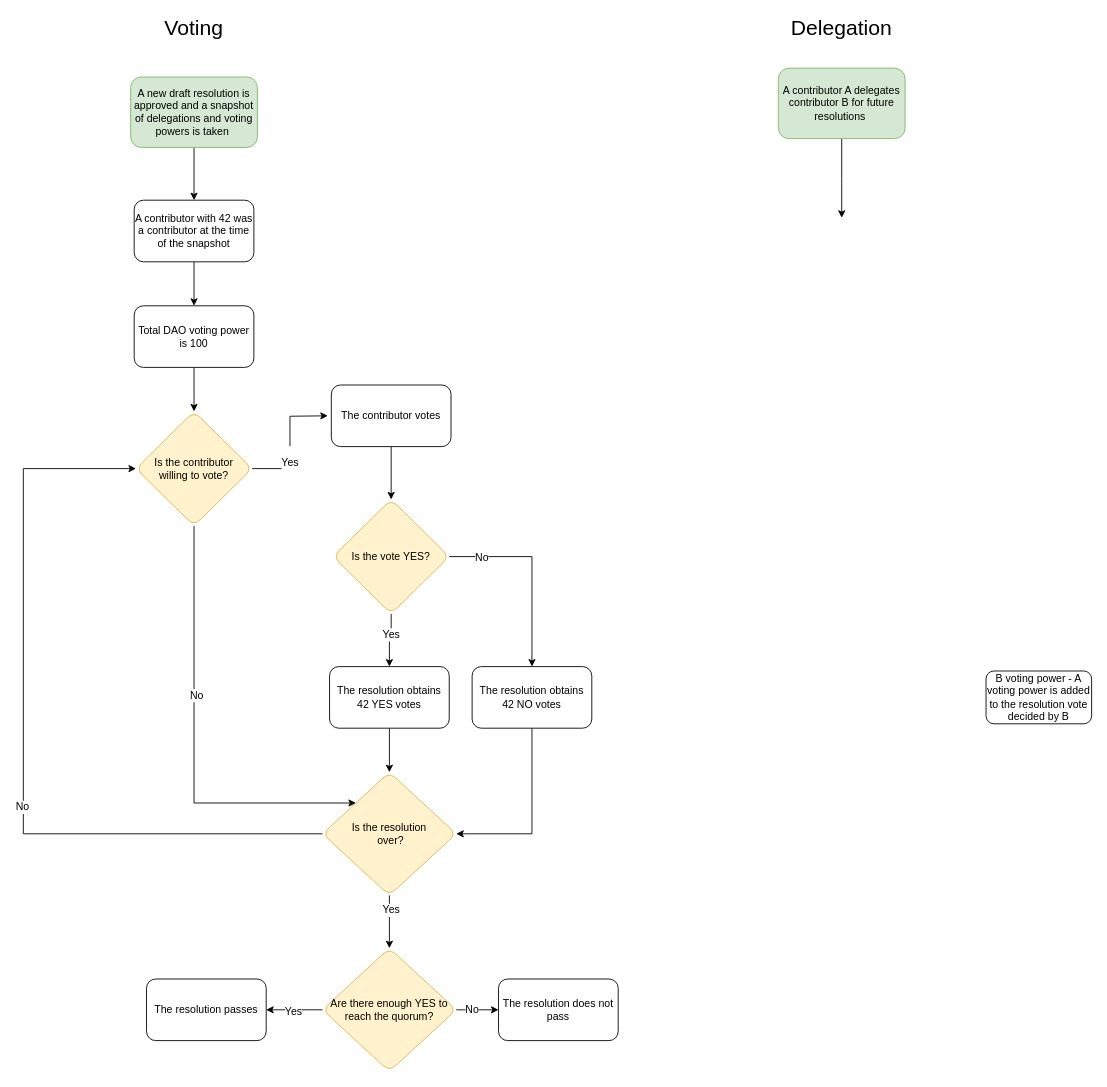
The draw.io diagram voting.drawio in TelediskoDAO/docs, before the edit. Source tidied: cells renumbered, new cells numbered last; positions are measured from the earlier drawing's top-left corner, leaving out a move shared by most shapes. Both pictures are drawn from the tidied source at 88%, with x=0, y=0 at pixel (23, 15).
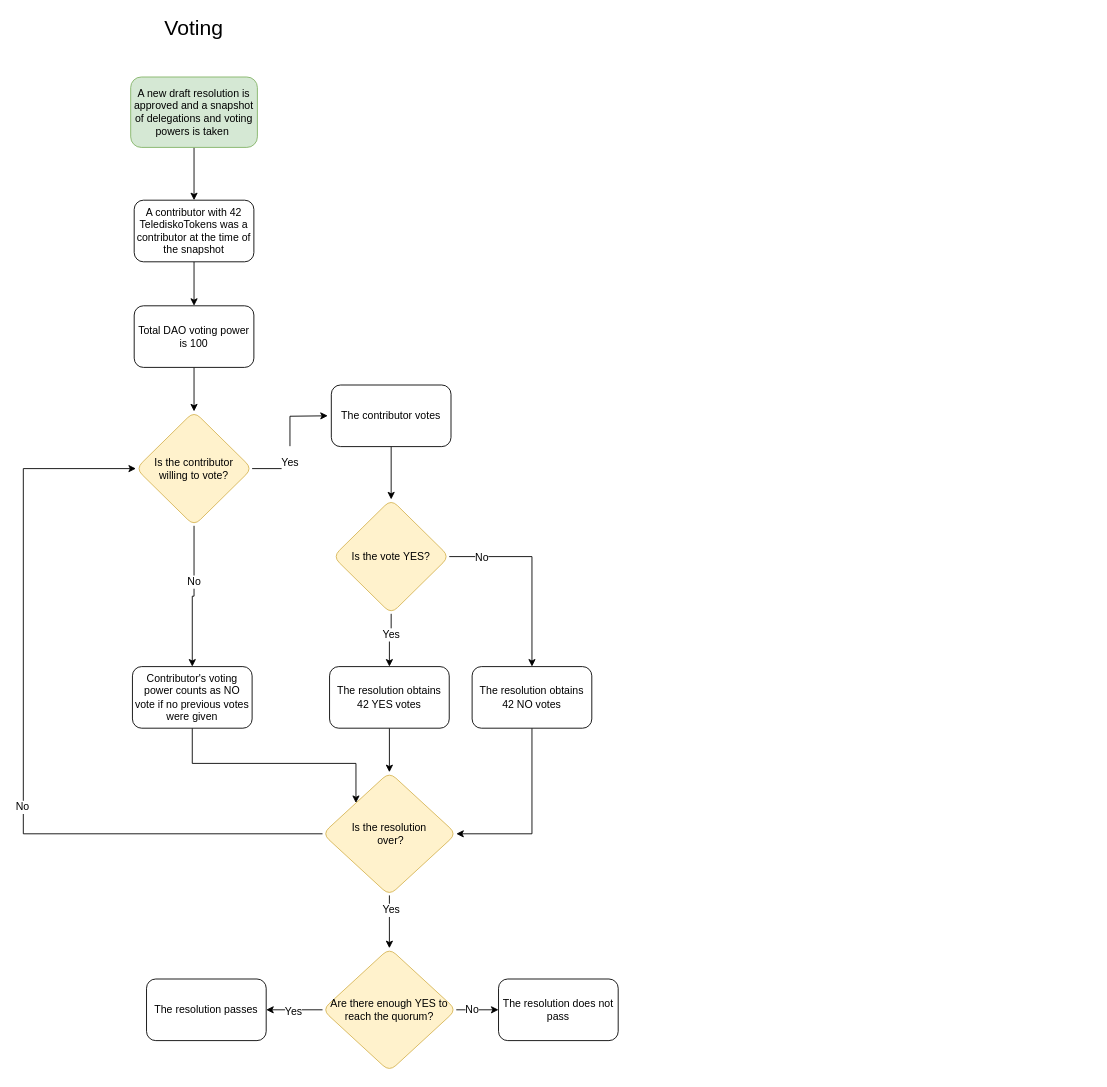
After the change.

The change refers to these unchanged cells:
```xml
<mxCell id="9" value="Is the contributor &lt;br&gt;willing to vote?" style="rhombus;whiteSpace=wrap;html=1;rounded=1;glass=0;strokeWidth=1;shadow=0;fillColor=#fff2cc;strokeColor=#d6b656;" parent="1" vertex="1">
  <mxGeometry x="128" y="450" width="132" height="130" as="geometry" />
</mxCell>
<mxCell id="25" value="Is the resolution&lt;br&gt;&amp;nbsp;over?" style="rhombus;whiteSpace=wrap;html=1;rounded=1;glass=0;strokeWidth=1;shadow=0;fillColor=#fff2cc;strokeColor=#d6b656;" parent="1" vertex="1">
  <mxGeometry x="340" y="860" width="152" height="140" as="geometry" />
</mxCell>
```

The edit, as a diff of the source:
```diff
@@
-    <mxCell id="3" value="A contributor with 42 was a contributor at the time of the snapshot" style="rounded=1;whiteSpace=wrap;html=1;fontSize=12;glass=0;strokeWidth=1;shadow=0;" parent="1" vertex="1">
+    <mxCell id="3" value="A contributor with 42 TelediskoTokens was a contributor at the time of the snapshot" style="rounded=1;whiteSpace=wrap;html=1;fontSize=12;glass=0;strokeWidth=1;shadow=0;" parent="1" vertex="1">
       <mxGeometry x="126" y="210" width="136" height="70" as="geometry" />
     </mxCell>
@@
-    <mxCell id="7" style="edgeStyle=orthogonalEdgeStyle;rounded=0;jettySize=auto;html=1;fontSize=24;entryX=0;entryY=0;entryDx=0;entryDy=0;exitX=0.5;exitY=1;exitDx=0;exitDy=0;" parent="1" edge="1" source="9" target="25">
-      <mxGeometry relative="1" as="geometry">
-        <Array as="points">
-          <mxPoint x="194" y="895" />
-        </Array>
-      </mxGeometry>
-    </mxCell>
+    <mxCell id="41" style="edgeStyle=orthogonalEdgeStyle;rounded=0;jettySize=auto;html=1;fontSize=12;" parent="1" edge="1" source="9" target="43">
+      <mxGeometry relative="1" as="geometry" />
+    </mxCell>
-    <mxCell id="8" value="No" style="edgeLabel;html=1;align=center;verticalAlign=middle;fontSize=12;" parent="7" vertex="1">
-      <mxGeometry x="-0.23" y="2" relative="1" as="geometry" />
+    <mxCell id="8" value="No" style="edgeLabel;html=1;align=center;verticalAlign=middle;fontSize=12;" parent="41" vertex="1">
+      <mxGeometry x="-0.22" y="-1" relative="1" as="geometry" />
     </mxCell>
@@
-    <mxCell id="37" value="&lt;font style=&quot;font-size: 24px;&quot;&gt;Delegation&lt;/font&gt;" style="text;html=1;strokeColor=none;fillColor=none;align=center;verticalAlign=middle;whiteSpace=wrap;rounded=0;" parent="1" vertex="1">
-      <mxGeometry x="900" width="60" height="30" as="geometry" />
-    </mxCell>
-    <mxCell id="38" style="edgeStyle=orthogonalEdgeStyle;rounded=0;jettySize=auto;html=1;fontSize=12;entryX=0.5;entryY=0;entryDx=0;entryDy=0;" parent="1" edge="1" source="39">
-      <mxGeometry relative="1" as="geometry">
-        <mxPoint x="930" y="230" as="targetPoint" />
-      </mxGeometry>
-    </mxCell>
-    <mxCell id="39" value="A contributor A delegates contributor B for future resolutions&amp;nbsp;" style="rounded=1;whiteSpace=wrap;html=1;fontSize=12;glass=0;strokeWidth=1;shadow=0;fillColor=#d5e8d4;strokeColor=#82b366;" parent="1" vertex="1">
-      <mxGeometry x="858" y="60" width="144" height="80" as="geometry" />
-    </mxCell>
-    <mxCell id="40" value="B voting power - A voting power is added to the resolution vote decided by B" style="whiteSpace=wrap;html=1;rounded=1;glass=0;strokeWidth=1;shadow=0;" parent="1" vertex="1">
-      <mxGeometry x="1094" y="745" width="120" height="60" as="geometry" />
-    </mxCell>
+    <mxCell id="42" style="edgeStyle=orthogonalEdgeStyle;rounded=0;jettySize=auto;html=1;entryX=0;entryY=0;entryDx=0;entryDy=0;fontSize=12;" parent="1" edge="1" source="43" target="25">
+      <mxGeometry relative="1" as="geometry">
+        <Array as="points">
+          <mxPoint x="192" y="850" />
+          <mxPoint x="378" y="850" />
+        </Array>
+      </mxGeometry>
+    </mxCell>
+    <mxCell id="43" value="Contributor's voting power counts as NO vote if no previous votes were given" style="rounded=1;whiteSpace=wrap;html=1;fontSize=12;glass=0;strokeWidth=1;shadow=0;" parent="1" vertex="1">
+      <mxGeometry x="124" y="740" width="136" height="70" as="geometry" />
+    </mxCell>
```
